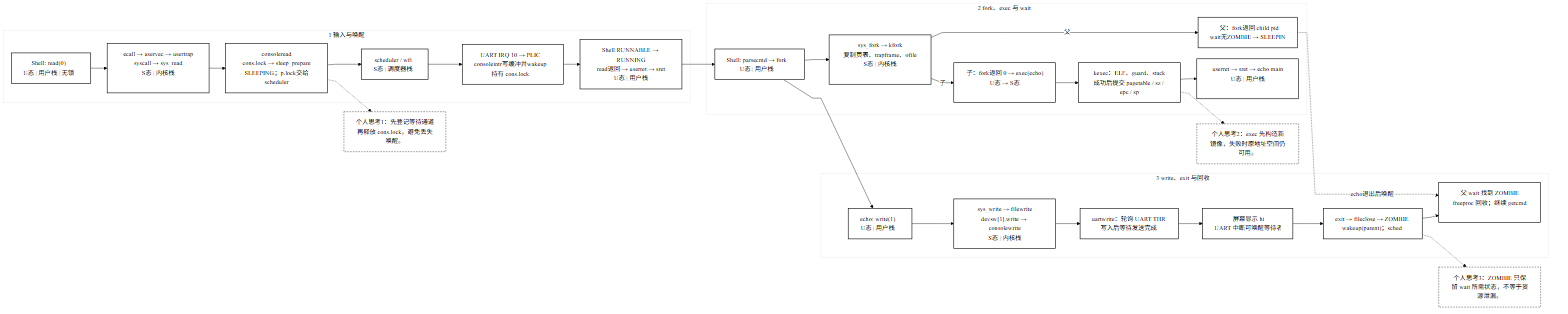
This is doc/lab0/images/01-echo-control-flow.png from hoyuand/2024302111427, a Mermaid export, as it was before one commit. Its source is kept beside it as doc/lab0/images/01-echo-control-flow.mmd. Source of this version:
```mermaid
%%{init: {"theme":"base","themeVariables":{"fontFamily":"Arial, Microsoft YaHei, sans-serif","primaryColor":"#ffffff","primaryTextColor":"#000000","primaryBorderColor":"#000000","lineColor":"#000000","secondaryColor":"#ffffff","tertiaryColor":"#ffffff"},"flowchart":{"nodeSpacing":28,"rankSpacing":42,"curve":"linear"}}}%%
flowchart LR
  classDef plain fill:#ffffff,stroke:#000000,color:#000000,stroke-width:1.5px
  classDef note fill:#ffffff,stroke:#000000,color:#000000,stroke-width:1px,stroke-dasharray:4 3

  subgraph INPUT[1 输入与唤醒]
    direction TB
    i1["Shell: read(0)<br/>U态 | 用户栈 | 无锁"]:::plain
    i2["ecall → uservec → usertrap<br/>syscall → sys_read<br/>S态 | 内核栈"]:::plain
    i3["consoleread<br/>cons.lock → sleep_prepare<br/>SLEEPING；p.lock交给scheduler"]:::plain
    i4["scheduler / wfi<br/>S态 | 调度器栈"]:::plain
    i5["UART IRQ 10 → PLIC<br/>consoleintr写缓冲并wakeup<br/>持有 cons.lock"]:::plain
    i6["Shell RUNNABLE → RUNNING<br/>read返回 → userret → sret<br/>U态 | 用户栈"]:::plain
    i1 --> i2 --> i3 --> i4 --> i5 --> i6
  end

  subgraph CREATE[2 fork、exec 与 wait]
    direction TB
    f1["Shell: parsecmd → fork<br/>U态 | 用户栈"]:::plain
    f2["sys_fork → kfork<br/>复制页表、trapframe、ofile<br/>S态 | 内核栈"]:::plain
    f3["父：fork返回 child pid<br/>wait无ZOMBIE → SLEEPING"]:::plain
    f4["子：fork返回 0 → exec(echo)<br/>U态 → S态"]:::plain
    f5["kexec：ELF、guard、stack<br/>成功后提交 pagetable / sz / epc / sp"]:::plain
    f6["userret → sret → echo main<br/>U态 | 用户栈"]:::plain
    f1 --> f2
    f2 -->|父| f3
    f2 -->|子| f4 --> f5 --> f6
  end

  subgraph OUTPUT[3 write、exit 与回收]
    direction TB
    o1["echo: write(1)<br/>U态 | 用户栈"]:::plain
    o2["sys_write → filewrite<br/>devsw[1].write → consolewrite<br/>S态 | 内核栈"]:::plain
    o3["uartwrite：轮询 UART THR<br/>写入后等待发送完成"]:::plain
    o4["屏幕显示 hi<br/>UART 中断可唤醒等待者"]:::plain
    o5["exit → fileclose → ZOMBIE<br/>wakeup(parent)；sched"]:::plain
    o6["父 wait 找到 ZOMBIE<br/>freeproc 回收；继续 getcmd"]:::plain
    o1 --> o2 --> o3 --> o4 --> o5 --> o6
  end

  i6 --> f1 --> o1
  f3 -.->|echo退出后唤醒| o6
  n1["个人思考1：先登记等待通道再释放 cons.lock，避免丢失唤醒。"]:::note
  n2["个人思考2：exec 先构造新镜像，失败时原地址空间仍可用。"]:::note
  n3["个人思考3：ZOMBIE 只保留 wait 所需状态，不等于资源泄漏。"]:::note
  i3 -.-> n1
  f5 -.-> n2
  o5 -.-> n3
```
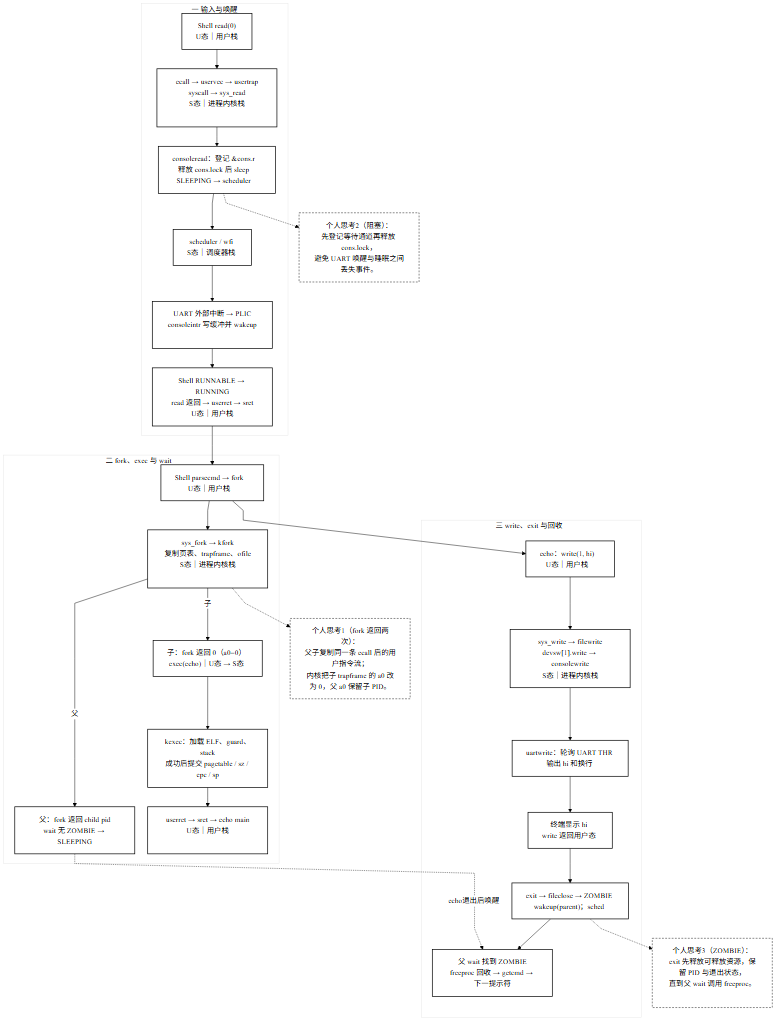
Later version of the same file.

Change to the diagram source:
```diff
@@ -1,48 +1,48 @@
 %%{init: {"theme":"base","themeVariables":{"fontFamily":"Arial, Microsoft YaHei, sans-serif","primaryColor":"#ffffff","primaryTextColor":"#000000","primaryBorderColor":"#000000","lineColor":"#000000","secondaryColor":"#ffffff","tertiaryColor":"#ffffff"},"flowchart":{"nodeSpacing":28,"rankSpacing":42,"curve":"linear"}}}%%
-flowchart LR
+flowchart TD
   classDef plain fill:#ffffff,stroke:#000000,color:#000000,stroke-width:1.5px
   classDef note fill:#ffffff,stroke:#000000,color:#000000,stroke-width:1px,stroke-dasharray:4 3
 
-  subgraph INPUT[1 输入与唤醒]
+  subgraph INPUT["一 输入与唤醒"]
     direction TB
-    i1["Shell: read(0)<br/>U态 | 用户栈 | 无锁"]:::plain
-    i2["ecall → uservec → usertrap<br/>syscall → sys_read<br/>S态 | 内核栈"]:::plain
-    i3["consoleread<br/>cons.lock → sleep_prepare<br/>SLEEPING；p.lock交给scheduler"]:::plain
-    i4["scheduler / wfi<br/>S态 | 调度器栈"]:::plain
-    i5["UART IRQ 10 → PLIC<br/>consoleintr写缓冲并wakeup<br/>持有 cons.lock"]:::plain
-    i6["Shell RUNNABLE → RUNNING<br/>read返回 → userret → sret<br/>U态 | 用户栈"]:::plain
+    i1["Shell read(0)<br/>U态｜用户栈"]:::plain
+    i2["ecall → uservec → usertrap<br/>syscall → sys_read<br/>S态｜进程内核栈"]:::plain
+    i3["consoleread：登记 &cons.r<br/>释放 cons.lock 后 sleep<br/>SLEEPING → scheduler"]:::plain
+    i4["scheduler / wfi<br/>S态｜调度器栈"]:::plain
+    i5["UART 外部中断 → PLIC<br/>consoleintr 写缓冲并 wakeup"]:::plain
+    i6["Shell RUNNABLE → RUNNING<br/>read 返回 → userret → sret<br/>U态｜用户栈"]:::plain
     i1 --> i2 --> i3 --> i4 --> i5 --> i6
   end
 
-  subgraph CREATE[2 fork、exec 与 wait]
+  subgraph CREATE["二 fork、exec 与 wait"]
     direction TB
-    f1["Shell: parsecmd → fork<br/>U态 | 用户栈"]:::plain
-    f2["sys_fork → kfork<br/>复制页表、trapframe、ofile<br/>S态 | 内核栈"]:::plain
-    f3["父：fork返回 child pid<br/>wait无ZOMBIE → SLEEPING"]:::plain
-    f4["子：fork返回 0 → exec(echo)<br/>U态 → S态"]:::plain
-    f5["kexec：ELF、guard、stack<br/>成功后提交 pagetable / sz / epc / sp"]:::plain
-    f6["userret → sret → echo main<br/>U态 | 用户栈"]:::plain
+    f1["Shell parsecmd → fork<br/>U态｜用户栈"]:::plain
+    f2["sys_fork → kfork<br/>复制页表、trapframe、ofile<br/>S态｜进程内核栈"]:::plain
+    f3["父：fork 返回 child pid<br/>wait 无 ZOMBIE → SLEEPING"]:::plain
+    f4["子：fork 返回 0（a0=0）<br/>exec(echo)｜U态 → S态"]:::plain
+    f5["kexec：加载 ELF、guard、stack<br/>成功后提交 pagetable / sz / epc / sp"]:::plain
+    f6["userret → sret → echo main<br/>U态｜用户栈"]:::plain
     f1 --> f2
     f2 -->|父| f3
     f2 -->|子| f4 --> f5 --> f6
   end
 
-  subgraph OUTPUT[3 write、exit 与回收]
+  subgraph OUTPUT["三 write、exit 与回收"]
     direction TB
-    o1["echo: write(1)<br/>U态 | 用户栈"]:::plain
-    o2["sys_write → filewrite<br/>devsw[1].write → consolewrite<br/>S态 | 内核栈"]:::plain
-    o3["uartwrite：轮询 UART THR<br/>写入后等待发送完成"]:::plain
-    o4["屏幕显示 hi<br/>UART 中断可唤醒等待者"]:::plain
+    o1["echo：write(1, hi)<br/>U态｜用户栈"]:::plain
+    o2["sys_write → filewrite<br/>devsw[1].write → consolewrite<br/>S态｜进程内核栈"]:::plain
+    o3["uartwrite：轮询 UART THR<br/>输出 hi 和换行"]:::plain
+    o4["终端显示 hi<br/>write 返回用户态"]:::plain
     o5["exit → fileclose → ZOMBIE<br/>wakeup(parent)；sched"]:::plain
-    o6["父 wait 找到 ZOMBIE<br/>freeproc 回收；继续 getcmd"]:::plain
+    o6["父 wait 找到 ZOMBIE<br/>freeproc 回收 → getcmd → 下一提示符"]:::plain
     o1 --> o2 --> o3 --> o4 --> o5 --> o6
   end
 
   i6 --> f1 --> o1
   f3 -.->|echo退出后唤醒| o6
-  n1["个人思考1：先登记等待通道再释放 cons.lock，避免丢失唤醒。"]:::note
-  n2["个人思考2：exec 先构造新镜像，失败时原地址空间仍可用。"]:::note
-  n3["个人思考3：ZOMBIE 只保留 wait 所需状态，不等于资源泄漏。"]:::note
-  i3 -.-> n1
-  f5 -.-> n2
+  n1["个人思考1（fork 返回两次）：<br/>父子复制同一条 ecall 后的用户指令流；<br/>内核把子 trapframe 的 a0 改为 0，父 a0 保留子 PID。"]:::note
+  n2["个人思考2（阻塞）：<br/>先登记等待通道再释放 cons.lock，<br/>避免 UART 唤醒与睡眠之间丢失事件。"]:::note
+  n3["个人思考3（ZOMBIE）：<br/>exit 先释放可释放资源，保留 PID 与退出状态，<br/>直到父 wait 调用 freeproc。"]:::note
+  f2 -.-> n1
+  i3 -.-> n2
   o5 -.-> n3
```
